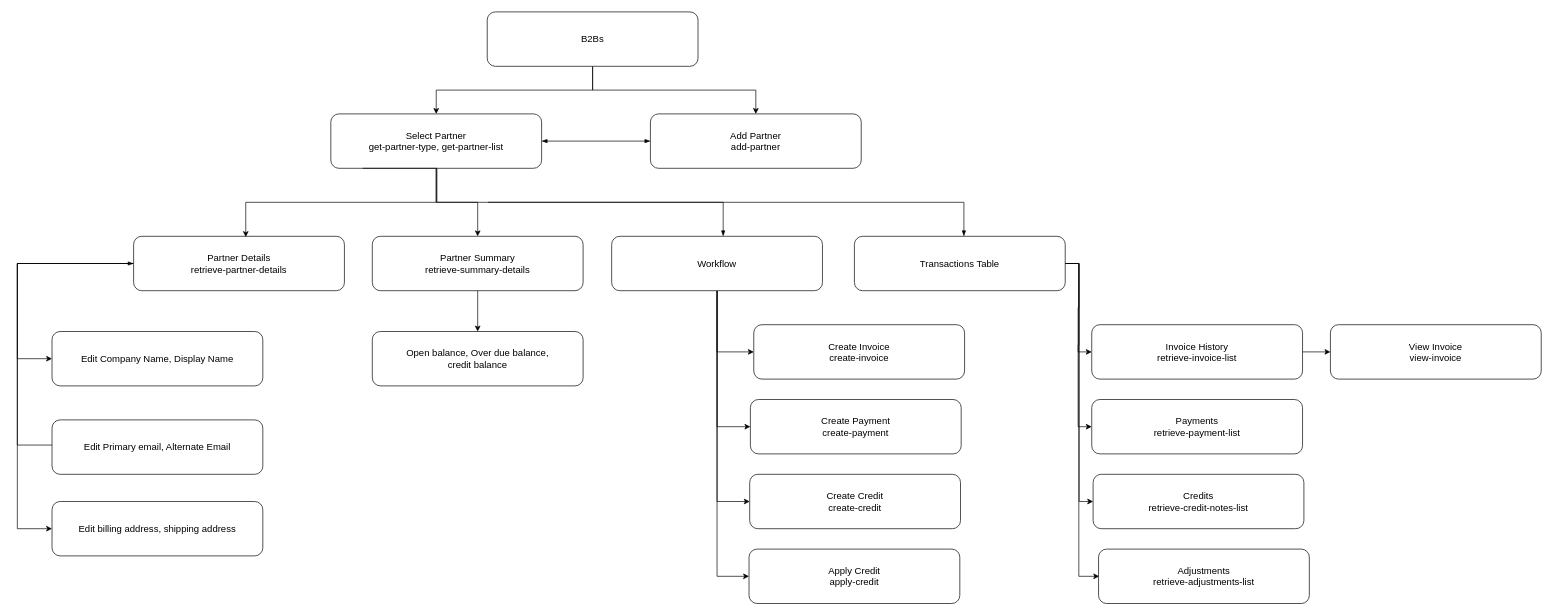
Before: github-test.drawio in msgtobala/draw-io, a draw.io diagram. Source tidied: cells renumbered, new cells numbered last; positions are measured from the earlier drawing's top-left corner, leaving out a move shared by most shapes. Both pictures are drawn from the tidied source at 68%, with x=0, y=0 at pixel (17, 12).
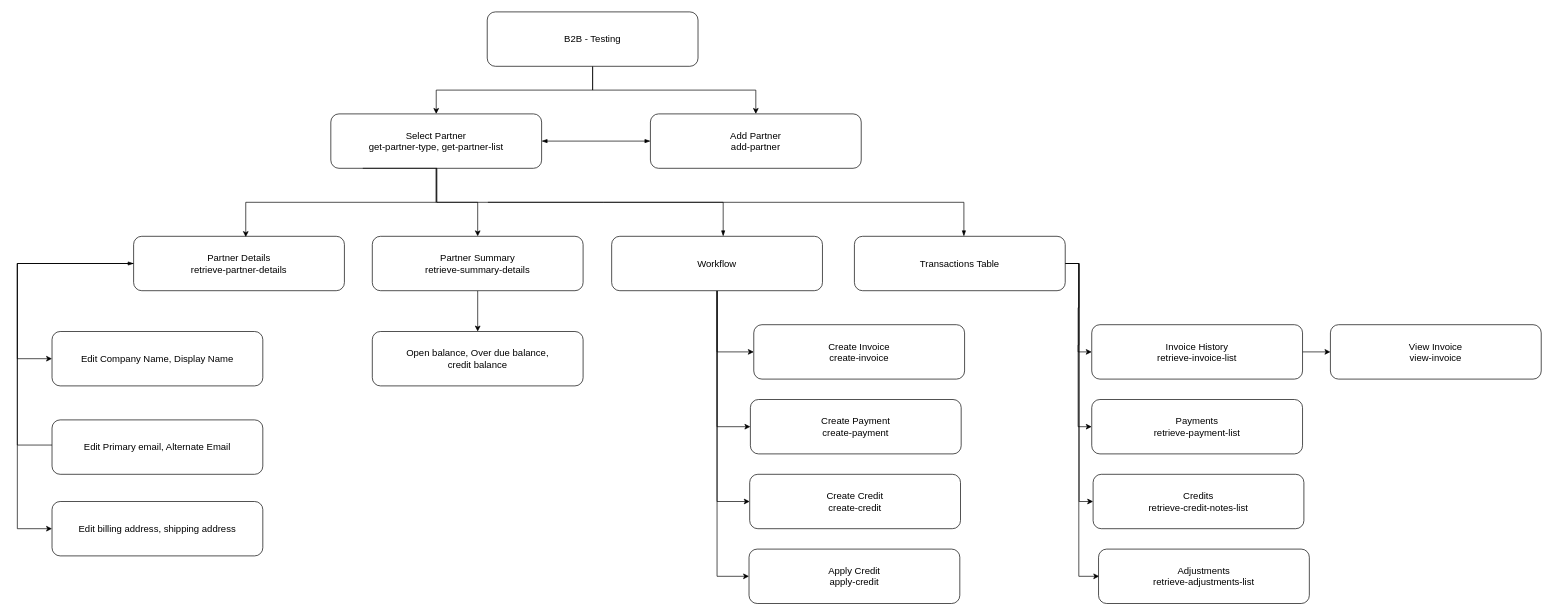
Above is the later version.

The edit, as a diff of the source:
```diff
@@
-    <mxCell id="4" value="&lt;font style=&quot;font-size: 14px;&quot;&gt;B2Bs&lt;/font&gt;" style="rounded=1;whiteSpace=wrap;html=1;" parent="1" vertex="1">
+    <mxCell id="4" value="&lt;font style=&quot;font-size: 14px;&quot;&gt;B2B - Testing&lt;/font&gt;" style="rounded=1;whiteSpace=wrap;html=1;" parent="1" vertex="1">
       <mxGeometry x="691" width="310" height="80" as="geometry" />
     </mxCell>
```
